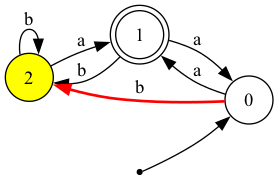
Above: PNGFiles/instance_3.png in lakshsidhu04/FSA-Vizualizah (Graphviz), before the change. Its source is kept beside it as DOTFiles/instance_3.dot.
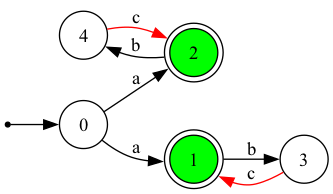
The same file after the commit.

What changed in the source:
```diff
@@ -1,18 +1,20 @@
-digraph DFA {
+digraph NFA {
  rankdir=LR;
  node [shape=circle];
  size="8,5";
  overlap=false;
  splines=true;
- 2 [style=filled, fillcolor=yellow];
- 1 [shape=doublecircle];
+ 4;
+ 3;
+ 2 [shape=doublecircle, style=filled, fillcolor=green];
+ 1 [shape=doublecircle, style=filled, fillcolor=green];
  0;
- init [shape=point];
- init -> 0;
- 2 -> 2 [label="b"];
- 2 -> 1 [label="a"];
- 1 -> 2 [label="b"];
- 1 -> 0 [label="a"];
- 0 -> 2 [label="b", color=red, penwidth=2.0];
- 0 -> 1 [label="a"];
+  init [shape=point];
+  init -> 0;
+  4 -> 2 [label="c", color=red];
+  3 -> 1 [label="c", color=red];
+  2 -> 4 [label="b"];
+  1 -> 3 [label="b"];
+  0 -> 2 [label="a"];
+  0 -> 1 [label="a"];
 }
```
